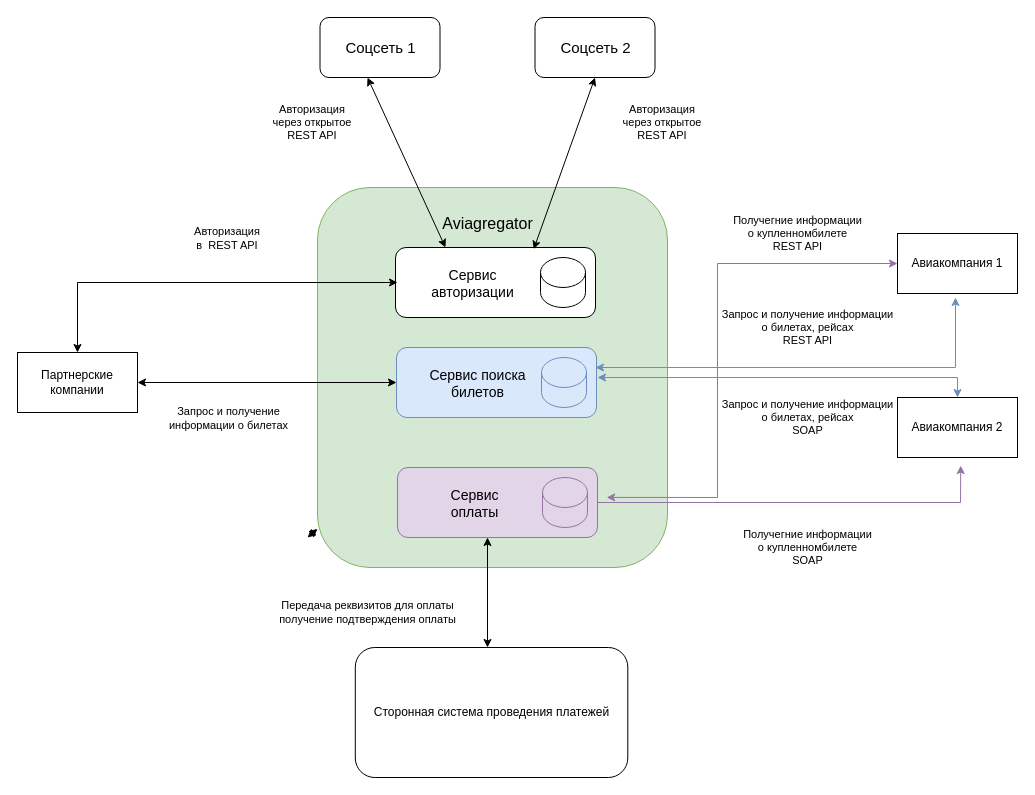
Earlier version of the draw.io diagram Architecture.drawio (itsatothez/drawio). Source tidied: cells renumbered, new cells numbered last; positions are measured from the earlier drawing's top-left corner, leaving out a move shared by most shapes. Both pictures are drawn from the tidied source at 100%, with x=0, y=0 at pixel (17, 17).
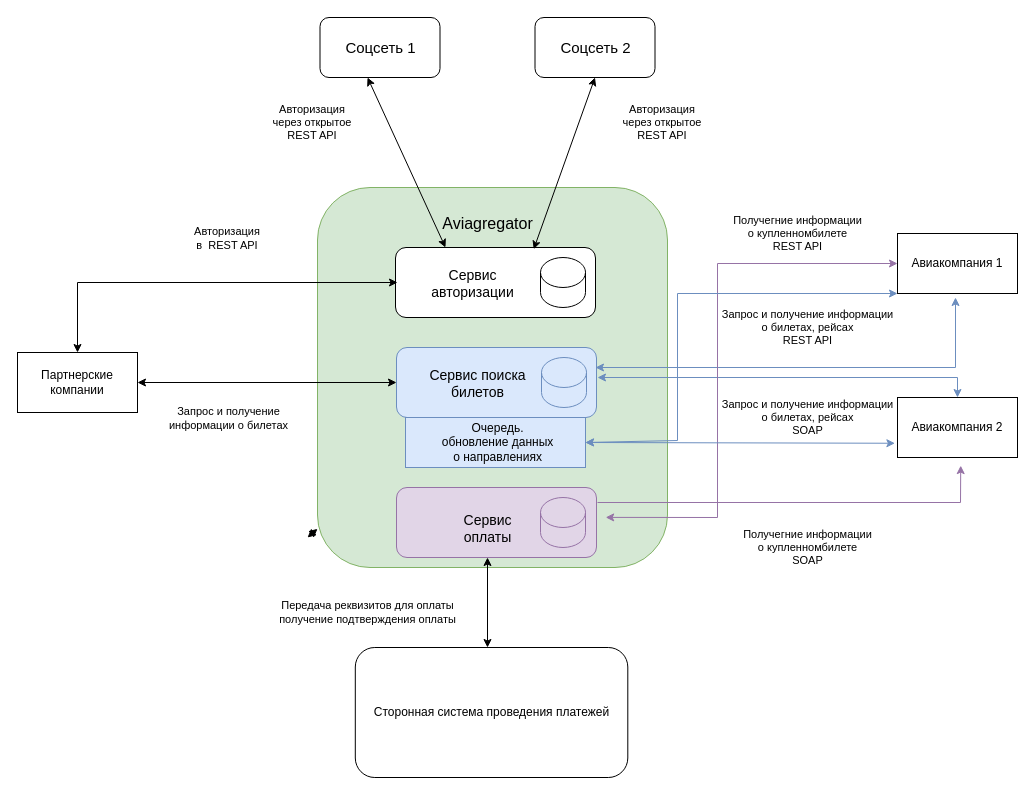
Above is the later version.

Unchanged cells that the change refers to:
```xml
<mxCell id="6" value="Авиакомпания 1" style="rounded=0;whiteSpace=wrap;html=1;" parent="1" vertex="1">
  <mxGeometry x="880" y="216" width="120" height="60" as="geometry" />
</mxCell>
<mxCell id="22" value="&lt;div&gt;Запрос и получение информации &lt;br&gt;&lt;/div&gt;&lt;div&gt;о билетах, рейсах&lt;/div&gt;SOAP " style="text;html=1;align=center;verticalAlign=middle;points=[];strokeColor=none;fillColor=none;fontSize=11;" parent="1" vertex="1">
  <mxGeometry x="695" y="380" width="190" height="40" as="geometry" />
</mxCell>
```

The edit, as a diff of the source:
```diff
@@
     <mxCell id="14" style="rounded=1;whiteSpace=wrap;html=1;fillColor=#e1d5e7;strokeColor=#9673a6;" parent="1" vertex="1">
-      <mxGeometry x="380" y="450" width="200" height="70" as="geometry" />
+      <mxGeometry x="379" y="470" width="200" height="70" as="geometry" />
     </mxCell>
     <mxCell id="15" style="shape=cylinder3;whiteSpace=wrap;html=1;boundedLbl=1;backgroundOutline=1;size=15;fillColor=#e1d5e7;strokeColor=#9673a6;" parent="1" vertex="1">
-      <mxGeometry x="525" y="460" width="45" height="50" as="geometry" />
+      <mxGeometry x="523" y="480" width="45" height="50" as="geometry" />
     </mxCell>
     <mxCell id="16" value="&lt;div&gt;&lt;font style=&quot;font-size: 14px&quot;&gt;Сервис&lt;/font&gt;&lt;/div&gt;&lt;div style=&quot;font-size: 14px&quot;&gt;оплаты&lt;br&gt;&lt;/div&gt;" style="text;html=1;align=center;verticalAlign=middle;strokeColor=none;fillColor=none;fontSize=16;" parent="1" vertex="1">
-      <mxGeometry x="427" y="465" width="60" height="40" as="geometry" />
+      <mxGeometry x="440" y="490" width="60" height="40" as="geometry" />
     </mxCell>
@@
     <mxCell id="23" style="endArrow=classic;html=1;rounded=0;fontSize=11;strokeColor=#000000;startArrow=classic;startFill=1;" parent="1" edge="1">
       <mxGeometry relative="1" as="geometry">
         <mxPoint x="470" y="630" as="sourcePoint" />
-        <mxPoint x="470" y="520" as="targetPoint" />
+        <mxPoint x="470" y="540" as="targetPoint" />
       </mxGeometry>
     </mxCell>
@@
     <mxCell id="31" style="endArrow=classic;startArrow=classic;html=1;rounded=0;fontSize=11;strokeColor=#9673a6;exitX=1.046;exitY=0.427;exitDx=0;exitDy=0;exitPerimeter=0;entryX=0;entryY=0.5;entryDx=0;entryDy=0;fillColor=#e1d5e7;" parent="1" edge="1" source="14" target="6">
       <mxGeometry relative="1" as="geometry">
         <Array as="points">
-          <mxPoint x="700" y="480" />
+          <mxPoint x="700" y="500" />
           <mxPoint x="700" y="246" />
         </Array>
       </mxGeometry>
     </mxCell>
@@
+    <mxCell id="40" style="rounded=0;whiteSpace=wrap;html=1;labelBackgroundColor=none;fontSize=15;fillColor=#dae8fc;strokeColor=#6c8ebf;" parent="1" vertex="1">
+      <mxGeometry x="388" y="400" width="180" height="50" as="geometry" />
+    </mxCell>
+    <mxCell id="41" value="&lt;div style=&quot;font-size: 12px;&quot;&gt;Очередь.&lt;/div&gt;&lt;div style=&quot;font-size: 12px;&quot;&gt;обновление данных &lt;br style=&quot;font-size: 12px;&quot;&gt;&lt;/div&gt;&lt;div style=&quot;font-size: 12px;&quot;&gt;о направлениях &lt;br style=&quot;font-size: 12px;&quot;&gt;&lt;/div&gt;" style="text;html=1;align=center;verticalAlign=middle;strokeColor=none;fillColor=none;fontSize=12;" parent="1" vertex="1">
+      <mxGeometry x="415" y="400" width="130" height="50" as="geometry" />
+    </mxCell>
+    <mxCell id="42" style="endArrow=classic;startArrow=classic;html=1;rounded=0;fontSize=15;strokeColor=#6c8ebf;entryX=0;entryY=1;entryDx=0;entryDy=0;exitX=1;exitY=0.5;exitDx=0;exitDy=0;fillColor=#dae8fc;" parent="1" edge="1" source="40" target="6">
+      <mxGeometry relative="1" as="geometry">
+        <Array as="points">
+          <mxPoint x="660" y="423" />
+          <mxPoint x="660" y="276" />
+        </Array>
+      </mxGeometry>
+    </mxCell>
+    <mxCell id="43" style="endArrow=classic;startArrow=classic;html=1;rounded=0;fontSize=12;strokeColor=#6c8ebf;exitX=1;exitY=0.5;exitDx=0;exitDy=0;entryX=0.96;entryY=1.144;entryDx=0;entryDy=0;entryPerimeter=0;fillColor=#dae8fc;" parent="1" edge="1" source="40" target="22">
+      <mxGeometry relative="1" as="geometry" />
+    </mxCell>
```
